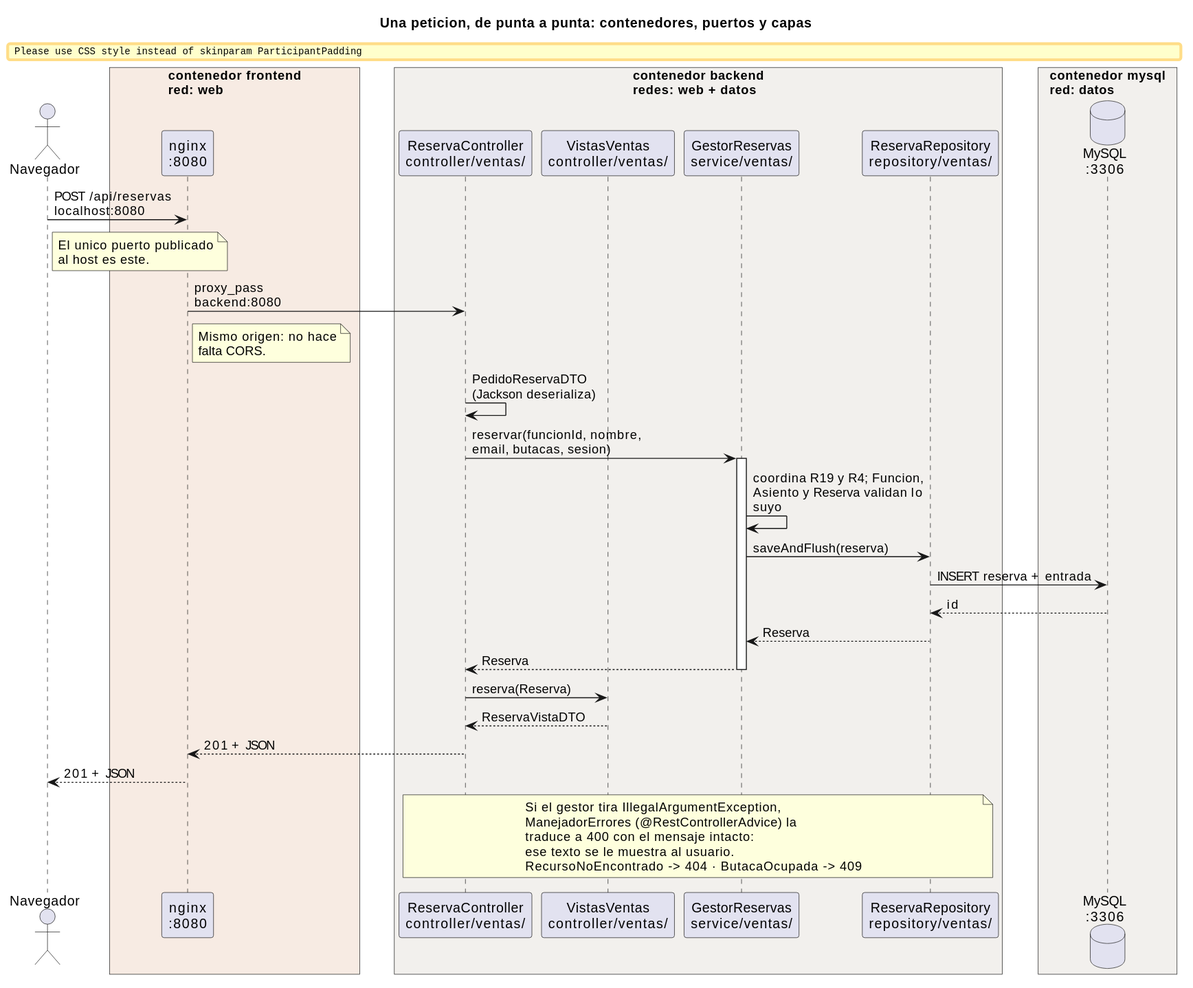
Above: _other/docs/diagramas/peticion-capas.svg in andreiveisuade/cine-uade (PlantUML), before the change. The source it was exported from:
```plantuml
@startuml
title Una peticion, de punta a punta: contenedores, puertos y capas

skinparam sequenceMessageAlign left
skinparam maxMessageSize 200
skinparam ParticipantPadding 10
skinparam BoxPadding 12

actor Navegador as N

box "contenedor frontend\nred: web" #F7EBE3
  participant "nginx\n:8080" as NGINX
end box

box "contenedor backend\nredes: web + datos" #F2F0ED
  participant "ReservaController\ncontroller/ventas/" as CTRL
  participant "VistasVentas\ncontroller/ventas/" as VIS
  participant "GestorReservas\nservice/ventas/" as GEST
  participant "ReservaRepository\nrepository/ventas/" as REPO
end box

box "contenedor mysql\nred: datos" #F2F0ED
  database "MySQL\n:3306" as DB
end box

N -> NGINX : POST /api/reservas\nlocalhost:8080
note right of N
  El unico puerto publicado
  al host es este.
end note

NGINX -> CTRL : proxy_pass\nbackend:8080
note right of NGINX
  Mismo origen: no hace
  falta CORS.
end note

CTRL -> CTRL : PedidoReservaDTO\n(Jackson deserializa)
CTRL -> GEST : reservar(funcionId, nombre,\nemail, butacas, sesion)
activate GEST

GEST -> GEST : coordina R19 y R4; Funcion,\nAsiento y Reserva validan lo suyo
GEST -> REPO : saveAndFlush(reserva)
REPO -> DB : INSERT reserva + entrada
DB --> REPO : id
REPO --> GEST : Reserva
GEST --> CTRL : Reserva
deactivate GEST

CTRL -> VIS : reserva(Reserva)
VIS --> CTRL : ReservaVistaDTO

CTRL --> NGINX : 201 + JSON
NGINX --> N : 201 + JSON

note over CTRL, REPO
  Si el gestor tira IllegalArgumentException,
  ManejadorErrores (@RestControllerAdvice) la
  traduce a 400 con el mensaje intacto:
  ese texto se le muestra al usuario.
  RecursoNoEncontrado -> 404 · ButacaOcupada -> 409
end note
@enduml
```
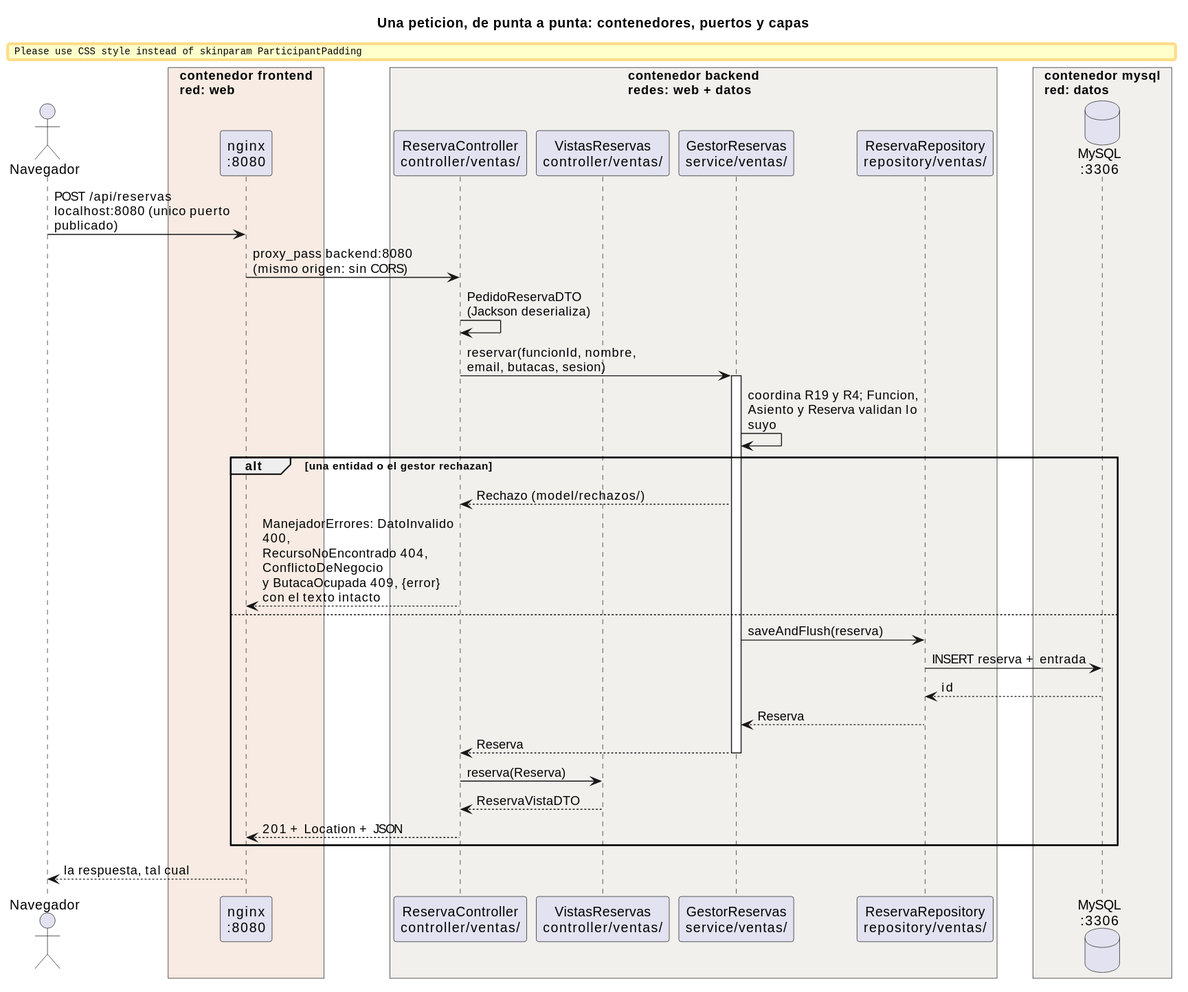
Later version of the same file.

What changed in the source:
```diff
@@ -14,7 +14,7 @@
 
 box "contenedor backend\nredes: web + datos" #F2F0ED
   participant "ReservaController\ncontroller/ventas/" as CTRL
-  participant "VistasVentas\ncontroller/ventas/" as VIS
+  participant "VistasReservas\ncontroller/ventas/" as VIS
   participant "GestorReservas\nservice/ventas/" as GEST
   participant "ReservaRepository\nrepository/ventas/" as REPO
 end box
@@ -23,23 +23,19 @@
   database "MySQL\n:3306" as DB
 end box
 
-N -> NGINX : POST /api/reservas\nlocalhost:8080
-note right of N
-  El unico puerto publicado
-  al host es este.
-end note
+N -> NGINX : POST /api/reservas\nlocalhost:8080 (unico puerto publicado)
 
-NGINX -> CTRL : proxy_pass\nbackend:8080
-note right of NGINX
-  Mismo origen: no hace
-  falta CORS.
-end note
+NGINX -> CTRL : proxy_pass backend:8080\n(mismo origen: sin CORS)
 
 CTRL -> CTRL : PedidoReservaDTO\n(Jackson deserializa)
 CTRL -> GEST : reservar(funcionId, nombre,\nemail, butacas, sesion)
 activate GEST
 
 GEST -> GEST : coordina R19 y R4; Funcion,\nAsiento y Reserva validan lo suyo
+alt una entidad o el gestor rechazan
+  GEST --> CTRL : Rechazo (model/rechazos/)
+  CTRL --> NGINX : ManejadorErrores: DatoInvalido 400,\nRecursoNoEncontrado 404, ConflictoDeNegocio\ny ButacaOcupada 409, {error} con el texto intacto
+else
 GEST -> REPO : saveAndFlush(reserva)
 REPO -> DB : INSERT reserva + entrada
 DB --> REPO : id
@@ -50,14 +46,7 @@
 CTRL -> VIS : reserva(Reserva)
 VIS --> CTRL : ReservaVistaDTO
 
-CTRL --> NGINX : 201 + JSON
-NGINX --> N : 201 + JSON
-
-note over CTRL, REPO
-  Si el gestor tira IllegalArgumentException,
-  ManejadorErrores (@RestControllerAdvice) la
-  traduce a 400 con el mensaje intacto:
-  ese texto se le muestra al usuario.
-  RecursoNoEncontrado -> 404 · ButacaOcupada -> 409
-end note
+CTRL --> NGINX : 201 + Location + JSON
+end
+NGINX --> N : la respuesta, tal cual
 @enduml
```
